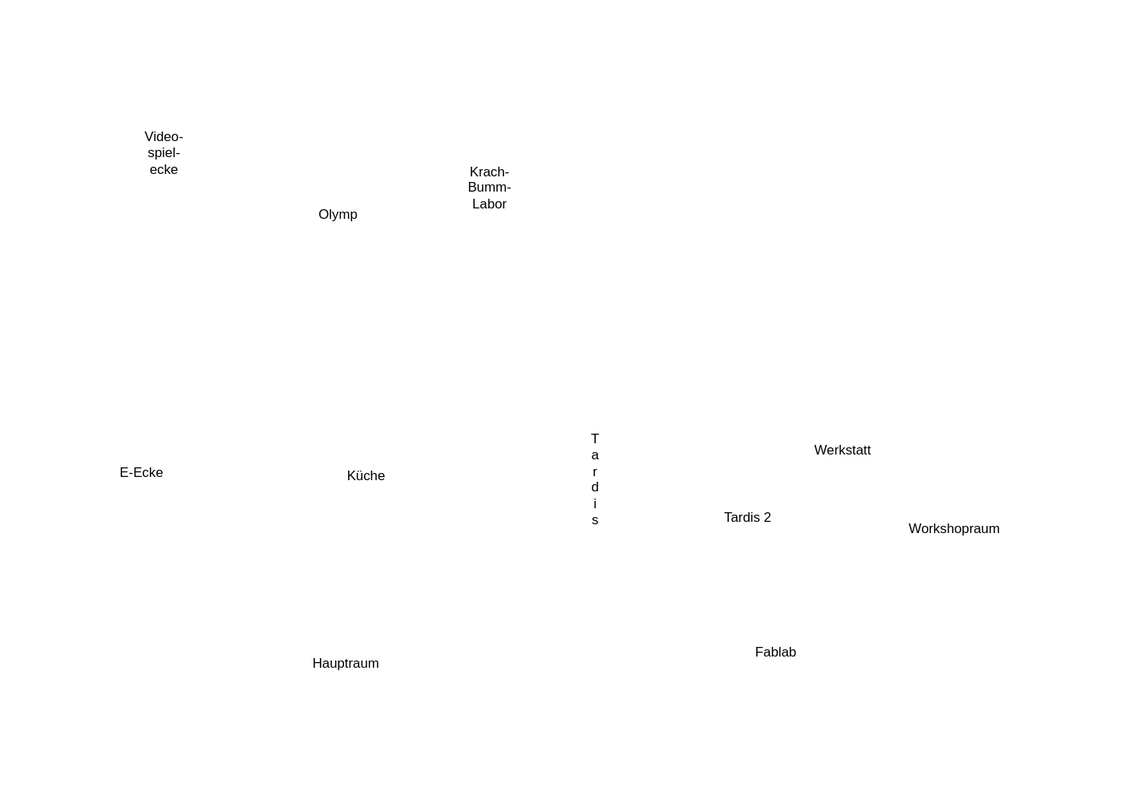
This is config/rzl/assets/layers/labels.svg from uwap/mqtt-control-map, a draw.io export, as it was before one commit. Source tidied: cells renumbered, new cells last; positions are measured from the earlier drawing's top-left corner, leaving out a move shared by most shapes.
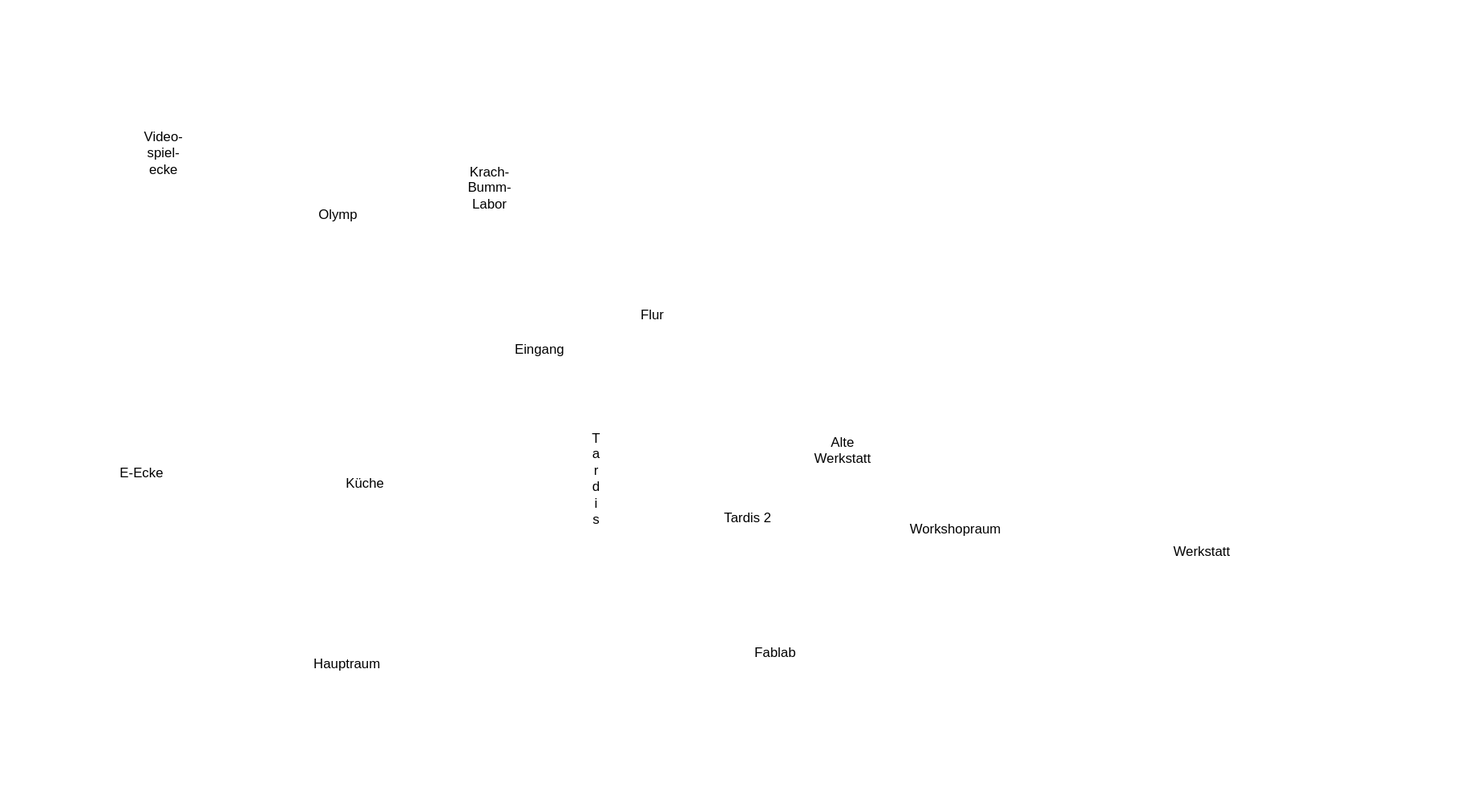
After the commit.

Change to the diagram source:
```diff
@@ -14,6 +14,12 @@
         <mxPoint x="1000" y="700" as="targetPoint" />
       </mxGeometry>
     </mxCell>
+    <mxCell id="16" style="endArrow=none;html=1;" parent="1" edge="1">
+      <mxGeometry relative="1" as="geometry">
+        <mxPoint x="1320" y="720" as="sourcePoint" />
+        <mxPoint x="1320" y="720" as="targetPoint" />
+      </mxGeometry>
+    </mxCell>
     <mxCell id="4" value="Labels" parent="0" />
     <mxCell id="5" value="Video-&lt;div&gt;spiel-&lt;/div&gt;&lt;div&gt;ecke&lt;/div&gt;" style="text;html=1;strokeColor=none;fillColor=none;align=center;verticalAlign=middle;whiteSpace=wrap;" parent="4" vertex="1">
       <mxGeometry x="125" y="125" width="40" height="20" as="geometry" />
@@ -28,7 +34,7 @@
       <mxGeometry x="510" y="415" width="40" height="20" as="geometry" />
     </mxCell>
     <mxCell id="9" value="Küche" style="text;html=1;strokeColor=none;fillColor=none;align=center;verticalAlign=middle;whiteSpace=wrap;" parent="4" vertex="1">
-      <mxGeometry x="305" y="413" width="40" height="20" as="geometry" />
+      <mxGeometry x="304" y="419" width="40" height="20" as="geometry" />
     </mxCell>
     <mxCell id="10" value="E-Ecke" style="text;html=1;strokeColor=none;fillColor=none;align=center;verticalAlign=middle;whiteSpace=wrap;" parent="4" vertex="1">
       <mxGeometry x="100" y="410" width="50" height="20" as="geometry" />
@@ -39,7 +45,7 @@
     <mxCell id="12" value="Tardis 2" style="text;html=1;strokeColor=none;fillColor=none;align=center;verticalAlign=middle;whiteSpace=wrap;" parent="4" vertex="1">
       <mxGeometry x="640" y="450" width="50" height="20" as="geometry" />
     </mxCell>
-    <mxCell id="13" value="Werkstatt" style="text;html=1;strokeColor=none;fillColor=none;align=center;verticalAlign=middle;whiteSpace=wrap;" parent="4" vertex="1">
+    <mxCell id="13" value="Alte Werkstatt" style="text;html=1;strokeColor=none;fillColor=none;align=center;verticalAlign=middle;whiteSpace=wrap;" parent="4" vertex="1">
       <mxGeometry x="730" y="390" width="40" height="20" as="geometry" />
     </mxCell>
     <mxCell id="14" value="Fablab" style="text;html=1;strokeColor=none;fillColor=none;align=center;verticalAlign=middle;whiteSpace=wrap;" parent="4" vertex="1">
@@ -48,5 +54,14 @@
     <mxCell id="15" value="Workshopraum" style="text;html=1;strokeColor=none;fillColor=none;align=center;verticalAlign=middle;whiteSpace=wrap;" parent="4" vertex="1">
       <mxGeometry x="830" y="460" width="40" height="20" as="geometry" />
     </mxCell>
+    <mxCell id="17" value="Werkstatt" style="text;html=1;strokeColor=none;fillColor=none;align=center;verticalAlign=middle;whiteSpace=wrap;rounded=0;" parent="4" vertex="1">
+      <mxGeometry x="1050" y="480" width="40" height="20" as="geometry" />
+    </mxCell>
+    <mxCell id="18" value="Flur" style="text;html=1;strokeColor=none;fillColor=none;align=center;verticalAlign=middle;whiteSpace=wrap;rounded=0;" parent="4" vertex="1">
+      <mxGeometry x="560" y="269" width="40" height="20" as="geometry" />
+    </mxCell>
+    <mxCell id="19" value="Eingang" style="text;html=1;strokeColor=none;fillColor=none;align=center;verticalAlign=middle;whiteSpace=wrap;rounded=0;" parent="4" vertex="1">
+      <mxGeometry x="460" y="300" width="40" height="20" as="geometry" />
+    </mxCell>
   </root>
 </mxGraphModel>
```
